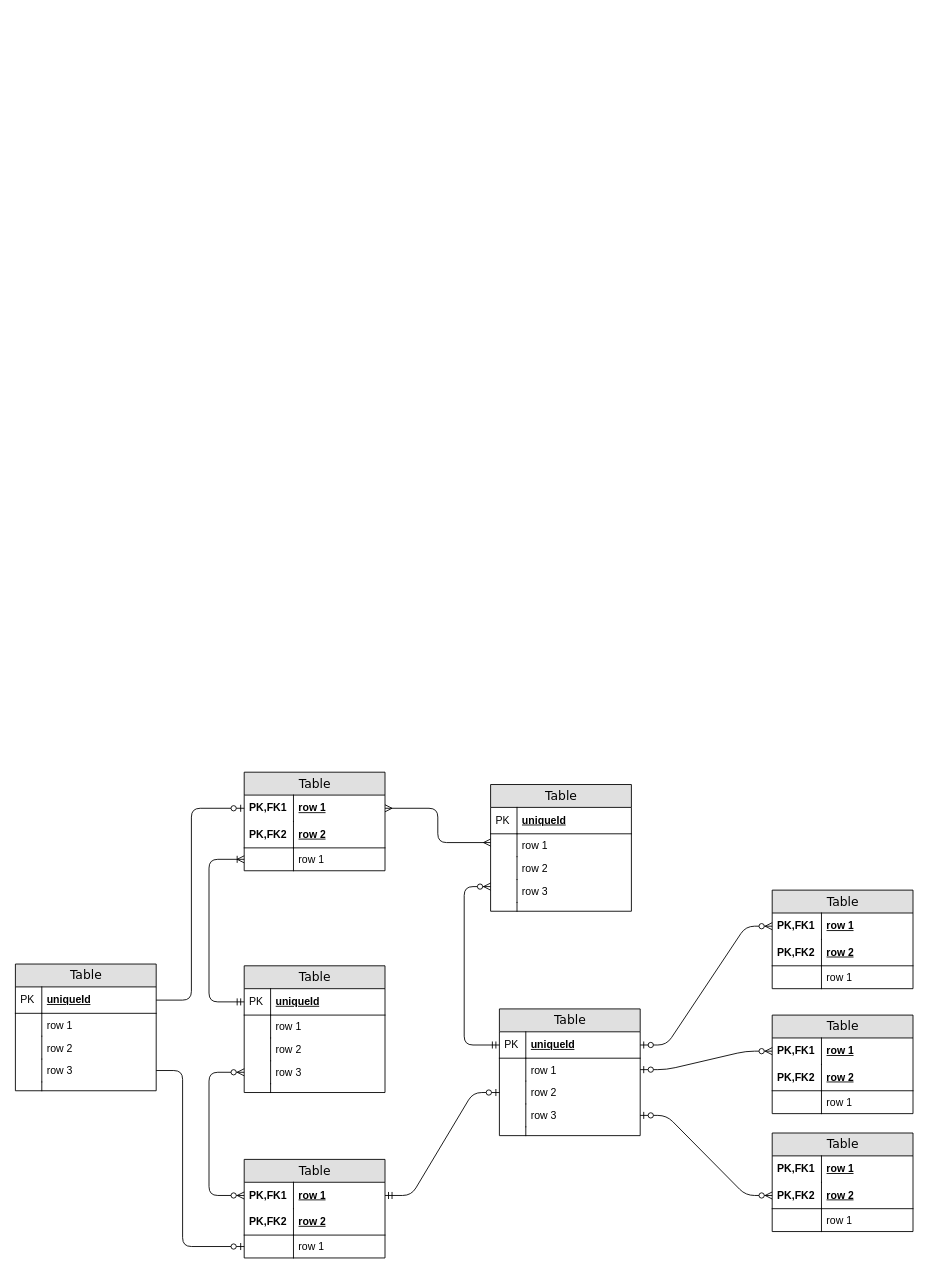
Before: Untitled Diagram.drawio in RuiXingJing/AI-Learning, a draw.io diagram. Source tidied: cells renumbered, new cells numbered last; positions are measured from the earlier drawing's top-left corner, leaving out a move shared by most shapes. Both pictures are drawn from the tidied source at 88%, with x=0, y=0 at pixel (15, 772).
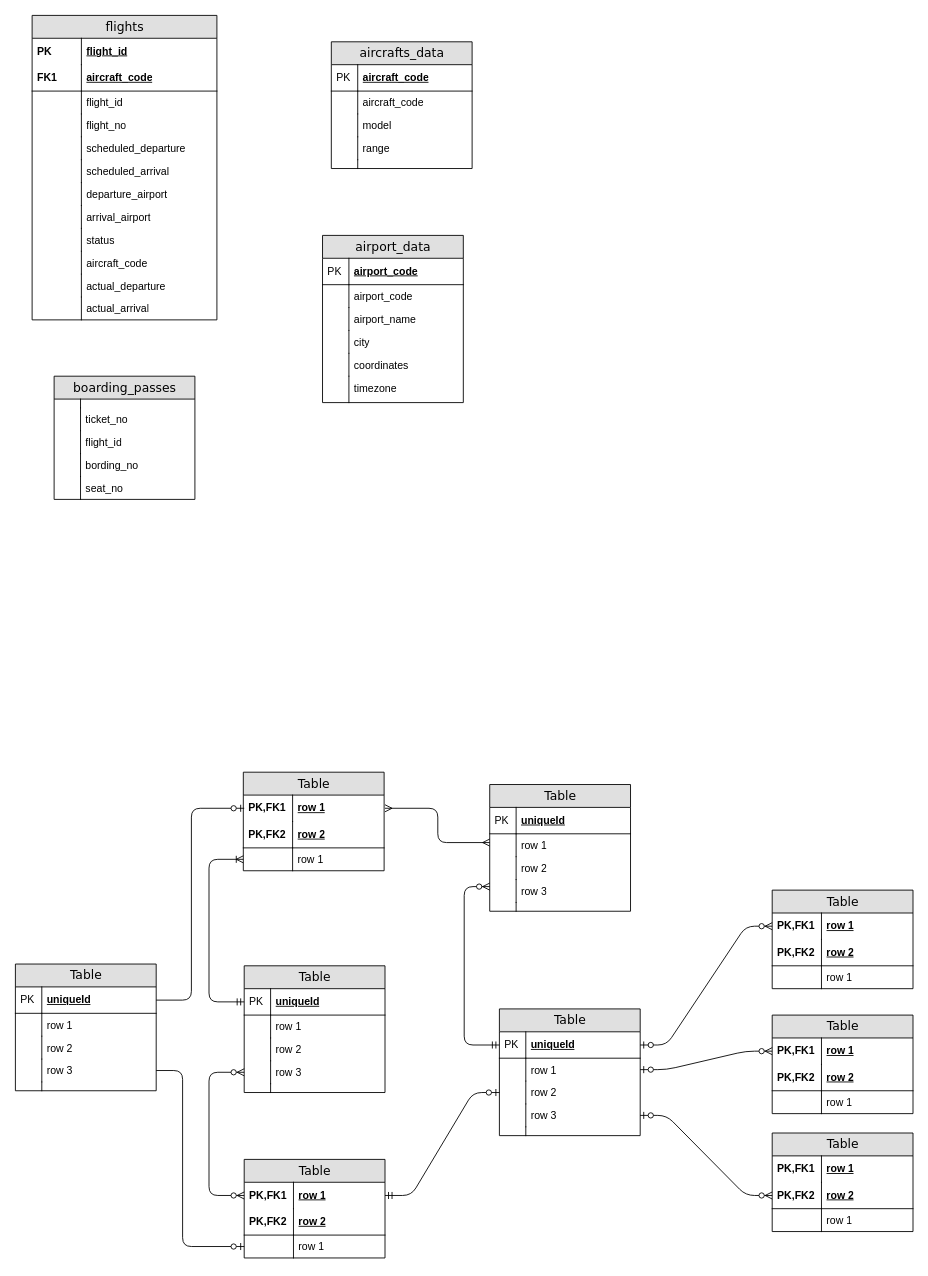
Above is the later version.

Unchanged cells that the change refers to:
```xml
<mxCell id="3" value="row 1" style="shape=partialRectangle;top=0;left=0;right=0;bottom=0;html=1;align=left;verticalAlign=middle;fillColor=none;spacingLeft=60;spacingRight=4;whiteSpace=wrap;overflow=hidden;points=[[0,0.5],[1,0.5]];portConstraint=eastwest;fontStyle=5;" parent="2" vertex="1">
  <mxGeometry y="26" width="160" height="30" as="geometry" />
</mxCell>
<mxCell id="12" value="row 1" style="shape=partialRectangle;top=0;left=0;right=0;bottom=0;html=1;align=left;verticalAlign=top;fillColor=none;spacingLeft=34;spacingRight=4;whiteSpace=wrap;overflow=hidden;points=[[0,0.5],[1,0.5]];portConstraint=eastwest;" parent="9" vertex="1">
  <mxGeometry y="56" width="160" height="26" as="geometry" />
</mxCell>
<mxCell id="79" value="uniqueId" style="shape=partialRectangle;top=0;left=0;right=0;bottom=1;html=1;align=left;verticalAlign=middle;fillColor=none;spacingLeft=34;spacingRight=4;whiteSpace=wrap;overflow=hidden;points=[[0,0.5],[1,0.5]];portConstraint=eastwest;fontStyle=5;" parent="78" vertex="1">
  <mxGeometry y="26" width="160" height="30" as="geometry" />
</mxCell>
```

What changed in the source:
```diff
@@
     <mxCell id="2" value="Table" style="swimlane;html=1;fontStyle=0;horizontal=1;startSize=26;fillColor=#e0e0e0;swimlaneFillColor=#ffffff;align=center;rounded=0;shadow=0;comic=0;labelBackgroundColor=none;strokeWidth=1;fontFamily=Verdana;fontSize=14;" parent="1" vertex="1">
-      <mxGeometry x="260" width="160" height="112" as="geometry" />
+      <mxGeometry x="259" width="160" height="112" as="geometry" />
     </mxCell>
@@
     <mxCell id="9" value="Table" style="swimlane;html=1;fontStyle=0;horizontal=1;startSize=26;fillColor=#e0e0e0;swimlaneFillColor=#ffffff;align=center;rounded=0;shadow=0;comic=0;labelBackgroundColor=none;strokeWidth=1;fontFamily=Verdana;fontSize=14;swimlaneLine=1;" parent="1" vertex="1">
-      <mxGeometry x="540" y="14" width="160" height="144" as="geometry" />
+      <mxGeometry x="539" y="14" width="160" height="144" as="geometry" />
     </mxCell>
@@
-    <mxCell id="58" style="edgeStyle=orthogonalEdgeStyle;html=1;endArrow=ERmany;startArrow=ERmany;labelBackgroundColor=none;fontFamily=Verdana;fontSize=14;entryX=1;entryY=0.5;exitX=0;exitY=0.383;exitPerimeter=0;" parent="1" edge="1" source="12" target="3">
+    <mxCell id="58" style="edgeStyle=orthogonalEdgeStyle;html=1;endArrow=ERmany;startArrow=ERmany;labelBackgroundColor=none;fontFamily=Verdana;fontSize=14;entryX=1;entryY=0.5;exitX=0;exitY=0.383;exitPerimeter=0;" parent="1" edge="1" source="12">
       <mxGeometry relative="1" as="geometry">
+        <mxPoint x="420" y="41" as="targetPoint" />
         <Array as="points">
           <mxPoint x="480" y="80" />
           <mxPoint x="480" y="41" />
         </Array>
       </mxGeometry>
     </mxCell>
@@
-    <mxCell id="89" style="edgeStyle=orthogonalEdgeStyle;html=1;endArrow=ERzeroToOne;endFill=1;labelBackgroundColor=none;fontFamily=Verdana;fontSize=14;entryX=0;entryY=0.5;exitX=1;exitY=0.5;" parent="1" edge="1" source="79" target="3">
+    <mxCell id="89" style="edgeStyle=orthogonalEdgeStyle;html=1;endArrow=ERzeroToOne;endFill=1;labelBackgroundColor=none;fontFamily=Verdana;fontSize=14;entryX=0;entryY=0.5;exitX=1;exitY=0.5;" parent="1" edge="1" source="79">
       <mxGeometry relative="1" as="geometry">
+        <mxPoint x="260" y="41" as="targetPoint" />
         <Array as="points">
           <mxPoint x="200" y="259" />
           <mxPoint x="200" y="41" />
         </Array>
       </mxGeometry>
     </mxCell>
@@
+    <mxCell id="91" value="flights" style="swimlane;html=1;fontStyle=0;horizontal=1;startSize=26;fillColor=#e0e0e0;swimlaneFillColor=#ffffff;align=center;rounded=0;shadow=0;comic=0;labelBackgroundColor=none;strokeWidth=1;fontFamily=Verdana;fontSize=14;" parent="1" vertex="1">
+      <mxGeometry x="19" y="-860" width="210" height="346" as="geometry" />
+    </mxCell>
+    <mxCell id="92" value="flight_id" style="shape=partialRectangle;top=0;left=0;right=0;bottom=0;html=1;align=left;verticalAlign=middle;fillColor=none;spacingLeft=60;spacingRight=4;whiteSpace=wrap;overflow=hidden;fontStyle=5;" parent="91" vertex="1">
+      <mxGeometry y="26" width="210" height="30" as="geometry" />
+    </mxCell>
+    <mxCell id="93" value="PK" style="shape=partialRectangle;fontStyle=1;top=0;left=0;bottom=0;html=1;fillColor=none;align=left;verticalAlign=middle;spacingLeft=4;spacingRight=4;whiteSpace=wrap;overflow=hidden;" parent="92" vertex="1">
+      <mxGeometry width="56" height="30" as="geometry" />
+    </mxCell>
+    <mxCell id="94" value="aircraft_code" style="shape=partialRectangle;top=0;left=0;right=0;bottom=1;html=1;align=left;verticalAlign=middle;fillColor=none;spacingLeft=60;spacingRight=4;whiteSpace=wrap;overflow=hidden;fontStyle=5;" parent="91" vertex="1">
+      <mxGeometry y="56" width="210" height="30" as="geometry" />
+    </mxCell>
+    <mxCell id="95" value="FK1" style="shape=partialRectangle;fontStyle=1;top=0;left=0;bottom=0;html=1;fillColor=none;align=left;verticalAlign=middle;spacingLeft=4;spacingRight=4;whiteSpace=wrap;overflow=hidden;" parent="94" vertex="1">
+      <mxGeometry width="56" height="30" as="geometry" />
+    </mxCell>
+    <mxCell id="96" value="flight_id" style="shape=partialRectangle;top=0;left=0;right=0;bottom=0;html=1;align=left;verticalAlign=top;fillColor=none;spacingLeft=60;spacingRight=4;whiteSpace=wrap;overflow=hidden;" parent="91" vertex="1">
+      <mxGeometry y="86" width="210" height="26" as="geometry" />
+    </mxCell>
+    <mxCell id="97" style="shape=partialRectangle;top=0;left=0;bottom=0;html=1;fillColor=none;align=left;verticalAlign=top;spacingLeft=4;spacingRight=4;whiteSpace=wrap;overflow=hidden;" parent="96" vertex="1">
+      <mxGeometry width="56" height="26" as="geometry" />
+    </mxCell>
+    <mxCell id="98" value="flight_no" style="shape=partialRectangle;top=0;left=0;right=0;bottom=0;html=1;align=left;verticalAlign=top;fillColor=none;spacingLeft=60;spacingRight=4;whiteSpace=wrap;overflow=hidden;" parent="91" vertex="1">
+      <mxGeometry y="112" width="210" height="26" as="geometry" />
+    </mxCell>
+    <mxCell id="99" style="shape=partialRectangle;top=0;left=0;bottom=0;html=1;fillColor=none;align=left;verticalAlign=top;spacingLeft=4;spacingRight=4;whiteSpace=wrap;overflow=hidden;" parent="98" vertex="1">
+      <mxGeometry width="56" height="26" as="geometry" />
+    </mxCell>
+    <mxCell id="100" value="scheduled_departure" style="shape=partialRectangle;top=0;left=0;right=0;bottom=0;html=1;align=left;verticalAlign=top;fillColor=none;spacingLeft=60;spacingRight=4;whiteSpace=wrap;overflow=hidden;" parent="91" vertex="1">
+      <mxGeometry y="138" width="210" height="26" as="geometry" />
+    </mxCell>
+    <mxCell id="101" style="shape=partialRectangle;top=0;left=0;bottom=0;html=1;fillColor=none;align=left;verticalAlign=top;spacingLeft=4;spacingRight=4;whiteSpace=wrap;overflow=hidden;" parent="100" vertex="1">
+      <mxGeometry width="56" height="26" as="geometry" />
+    </mxCell>
+    <mxCell id="102" value="scheduled_arrival" style="shape=partialRectangle;top=0;left=0;right=0;bottom=0;html=1;align=left;verticalAlign=top;fillColor=none;spacingLeft=60;spacingRight=4;whiteSpace=wrap;overflow=hidden;" parent="91" vertex="1">
+      <mxGeometry y="164" width="210" height="26" as="geometry" />
+    </mxCell>
+    <mxCell id="103" style="shape=partialRectangle;top=0;left=0;bottom=0;html=1;fillColor=none;align=left;verticalAlign=top;spacingLeft=4;spacingRight=4;whiteSpace=wrap;overflow=hidden;" parent="102" vertex="1">
+      <mxGeometry width="56" height="26" as="geometry" />
+    </mxCell>
+    <mxCell id="104" value="departure_airport" style="shape=partialRectangle;top=0;left=0;right=0;bottom=0;html=1;align=left;verticalAlign=top;fillColor=none;spacingLeft=60;spacingRight=4;whiteSpace=wrap;overflow=hidden;" parent="91" vertex="1">
+      <mxGeometry y="190" width="210" height="26" as="geometry" />
+    </mxCell>
+    <mxCell id="105" style="shape=partialRectangle;top=0;left=0;bottom=0;html=1;fillColor=none;align=left;verticalAlign=top;spacingLeft=4;spacingRight=4;whiteSpace=wrap;overflow=hidden;" parent="104" vertex="1">
+      <mxGeometry width="56" height="26" as="geometry" />
+    </mxCell>
+    <mxCell id="106" value="arrival_airport" style="shape=partialRectangle;top=0;left=0;right=0;bottom=0;html=1;align=left;verticalAlign=top;fillColor=none;spacingLeft=60;spacingRight=4;whiteSpace=wrap;overflow=hidden;" parent="91" vertex="1">
+      <mxGeometry y="216" width="210" height="26" as="geometry" />
+    </mxCell>
+    <mxCell id="107" style="shape=partialRectangle;top=0;left=0;bottom=0;html=1;fillColor=none;align=left;verticalAlign=top;spacingLeft=4;spacingRight=4;whiteSpace=wrap;overflow=hidden;" parent="106" vertex="1">
+      <mxGeometry width="56" height="26" as="geometry" />
+    </mxCell>
+    <mxCell id="108" value="status" style="shape=partialRectangle;top=0;left=0;right=0;bottom=0;html=1;align=left;verticalAlign=top;fillColor=none;spacingLeft=60;spacingRight=4;whiteSpace=wrap;overflow=hidden;" parent="91" vertex="1">
+      <mxGeometry y="242" width="210" height="26" as="geometry" />
+    </mxCell>
+    <mxCell id="109" style="shape=partialRectangle;top=0;left=0;bottom=0;html=1;fillColor=none;align=left;verticalAlign=top;spacingLeft=4;spacingRight=4;whiteSpace=wrap;overflow=hidden;" parent="108" vertex="1">
+      <mxGeometry width="56" height="26" as="geometry" />
+    </mxCell>
+    <mxCell id="110" value="aircraft_code" style="shape=partialRectangle;top=0;left=0;right=0;bottom=0;html=1;align=left;verticalAlign=top;fillColor=none;spacingLeft=60;spacingRight=4;whiteSpace=wrap;overflow=hidden;" parent="91" vertex="1">
+      <mxGeometry y="268" width="210" height="26" as="geometry" />
+    </mxCell>
+    <mxCell id="111" style="shape=partialRectangle;top=0;left=0;bottom=0;html=1;fillColor=none;align=left;verticalAlign=top;spacingLeft=4;spacingRight=4;whiteSpace=wrap;overflow=hidden;" parent="110" vertex="1">
+      <mxGeometry width="56" height="26" as="geometry" />
+    </mxCell>
+    <mxCell id="112" value="actual_departure&lt;div&gt;&lt;br&gt;&lt;/div&gt;" style="shape=partialRectangle;top=0;left=0;right=0;bottom=0;html=1;align=left;verticalAlign=top;fillColor=none;spacingLeft=60;spacingRight=4;whiteSpace=wrap;overflow=hidden;" parent="91" vertex="1">
+      <mxGeometry y="294" width="210" height="26" as="geometry" />
+    </mxCell>
+    <mxCell id="113" style="shape=partialRectangle;top=0;left=0;bottom=0;html=1;fillColor=none;align=left;verticalAlign=top;spacingLeft=4;spacingRight=4;whiteSpace=wrap;overflow=hidden;" parent="112" vertex="1">
+      <mxGeometry width="56" height="26" as="geometry" />
+    </mxCell>
+    <mxCell id="114" value="actual_arrival" style="shape=partialRectangle;top=0;left=0;right=0;bottom=0;html=1;align=left;verticalAlign=top;fillColor=none;spacingLeft=60;spacingRight=4;whiteSpace=wrap;overflow=hidden;" parent="91" vertex="1">
+      <mxGeometry y="320" width="210" height="26" as="geometry" />
+    </mxCell>
+    <mxCell id="115" style="shape=partialRectangle;top=0;left=0;bottom=0;html=1;fillColor=none;align=left;verticalAlign=top;spacingLeft=4;spacingRight=4;whiteSpace=wrap;overflow=hidden;" parent="114" vertex="1">
+      <mxGeometry width="56" height="26" as="geometry" />
+    </mxCell>
+    <mxCell id="116" value="aircrafts_data" style="swimlane;html=1;fontStyle=0;horizontal=1;startSize=26;fillColor=#e0e0e0;swimlaneFillColor=#ffffff;align=center;rounded=0;shadow=0;comic=0;labelBackgroundColor=none;strokeWidth=1;fontFamily=Verdana;fontSize=14;" parent="1" vertex="1">
+      <mxGeometry x="359" y="-830" width="160" height="144" as="geometry" />
+    </mxCell>
+    <mxCell id="117" value="aircraft_code" style="shape=partialRectangle;top=0;left=0;right=0;bottom=1;html=1;align=left;verticalAlign=middle;fillColor=none;spacingLeft=34;spacingRight=4;whiteSpace=wrap;overflow=hidden;fontStyle=5;" parent="116" vertex="1">
+      <mxGeometry y="26" width="160" height="30" as="geometry" />
+    </mxCell>
+    <mxCell id="118" value="PK" style="shape=partialRectangle;top=0;left=0;bottom=0;html=1;fillColor=none;align=left;verticalAlign=middle;spacingLeft=4;spacingRight=4;whiteSpace=wrap;overflow=hidden;" parent="117" vertex="1">
+      <mxGeometry width="30" height="30" as="geometry" />
+    </mxCell>
+    <mxCell id="119" value="aircraft_code" style="shape=partialRectangle;top=0;left=0;right=0;bottom=0;html=1;align=left;verticalAlign=top;fillColor=none;spacingLeft=34;spacingRight=4;whiteSpace=wrap;overflow=hidden;" parent="116" vertex="1">
+      <mxGeometry y="56" width="160" height="26" as="geometry" />
+    </mxCell>
+    <mxCell id="120" style="shape=partialRectangle;top=0;left=0;bottom=0;html=1;fillColor=none;align=left;verticalAlign=top;spacingLeft=4;spacingRight=4;whiteSpace=wrap;overflow=hidden;" parent="119" vertex="1">
+      <mxGeometry width="30" height="26" as="geometry" />
+    </mxCell>
+    <mxCell id="121" value="model" style="shape=partialRectangle;top=0;left=0;right=0;bottom=0;html=1;align=left;verticalAlign=top;fillColor=none;spacingLeft=34;spacingRight=4;whiteSpace=wrap;overflow=hidden;" parent="116" vertex="1">
+      <mxGeometry y="82" width="160" height="26" as="geometry" />
+    </mxCell>
+    <mxCell id="122" style="shape=partialRectangle;top=0;left=0;bottom=0;html=1;fillColor=none;align=left;verticalAlign=top;spacingLeft=4;spacingRight=4;whiteSpace=wrap;overflow=hidden;" parent="121" vertex="1">
+      <mxGeometry width="30" height="26" as="geometry" />
+    </mxCell>
+    <mxCell id="123" value="range" style="shape=partialRectangle;top=0;left=0;right=0;bottom=0;html=1;align=left;verticalAlign=top;fillColor=none;spacingLeft=34;spacingRight=4;whiteSpace=wrap;overflow=hidden;" parent="116" vertex="1">
+      <mxGeometry y="108" width="160" height="26" as="geometry" />
+    </mxCell>
+    <mxCell id="124" style="shape=partialRectangle;top=0;left=0;bottom=0;html=1;fillColor=none;align=left;verticalAlign=top;spacingLeft=4;spacingRight=4;whiteSpace=wrap;overflow=hidden;" parent="123" vertex="1">
+      <mxGeometry width="30" height="26" as="geometry" />
+    </mxCell>
+    <mxCell id="125" style="shape=partialRectangle;top=0;left=0;right=0;bottom=0;html=1;align=left;verticalAlign=top;fillColor=none;spacingLeft=34;spacingRight=4;whiteSpace=wrap;overflow=hidden;" parent="116" vertex="1">
+      <mxGeometry y="134" width="160" height="10" as="geometry" />
+    </mxCell>
+    <mxCell id="126" style="shape=partialRectangle;top=0;left=0;bottom=0;html=1;fillColor=none;align=left;verticalAlign=top;spacingLeft=4;spacingRight=4;whiteSpace=wrap;overflow=hidden;" parent="125" vertex="1">
+      <mxGeometry width="30" height="10" as="geometry" />
+    </mxCell>
+    <mxCell id="127" value="airport_data" style="swimlane;html=1;fontStyle=0;horizontal=1;startSize=26;fillColor=#e0e0e0;swimlaneFillColor=#ffffff;align=center;rounded=0;shadow=0;comic=0;labelBackgroundColor=none;strokeWidth=1;fontFamily=Verdana;fontSize=14;" parent="1" vertex="1">
+      <mxGeometry x="349" y="-610" width="160" height="190" as="geometry" />
+    </mxCell>
+    <mxCell id="128" value="airport_code" style="shape=partialRectangle;top=0;left=0;right=0;bottom=1;html=1;align=left;verticalAlign=middle;fillColor=none;spacingLeft=34;spacingRight=4;whiteSpace=wrap;overflow=hidden;fontStyle=5;" parent="127" vertex="1">
+      <mxGeometry y="26" width="160" height="30" as="geometry" />
+    </mxCell>
+    <mxCell id="129" value="PK" style="shape=partialRectangle;top=0;left=0;bottom=0;html=1;fillColor=none;align=left;verticalAlign=middle;spacingLeft=4;spacingRight=4;whiteSpace=wrap;overflow=hidden;" parent="128" vertex="1">
+      <mxGeometry width="30" height="30" as="geometry" />
+    </mxCell>
+    <mxCell id="130" value="airport_code" style="shape=partialRectangle;top=0;left=0;right=0;bottom=0;html=1;align=left;verticalAlign=top;fillColor=none;spacingLeft=34;spacingRight=4;whiteSpace=wrap;overflow=hidden;" parent="127" vertex="1">
+      <mxGeometry y="56" width="160" height="26" as="geometry" />
+    </mxCell>
+    <mxCell id="131" style="shape=partialRectangle;top=0;left=0;bottom=0;html=1;fillColor=none;align=left;verticalAlign=top;spacingLeft=4;spacingRight=4;whiteSpace=wrap;overflow=hidden;" parent="130" vertex="1">
+      <mxGeometry width="30" height="26" as="geometry" />
+    </mxCell>
+    <mxCell id="132" value="airport_name" style="shape=partialRectangle;top=0;left=0;right=0;bottom=0;html=1;align=left;verticalAlign=top;fillColor=none;spacingLeft=34;spacingRight=4;whiteSpace=wrap;overflow=hidden;" parent="127" vertex="1">
+      <mxGeometry y="82" width="160" height="26" as="geometry" />
+    </mxCell>
+    <mxCell id="133" style="shape=partialRectangle;top=0;left=0;bottom=0;html=1;fillColor=none;align=left;verticalAlign=top;spacingLeft=4;spacingRight=4;whiteSpace=wrap;overflow=hidden;" parent="132" vertex="1">
+      <mxGeometry width="30" height="26" as="geometry" />
+    </mxCell>
+    <mxCell id="134" value="city" style="shape=partialRectangle;top=0;left=0;right=0;bottom=0;html=1;align=left;verticalAlign=top;fillColor=none;spacingLeft=34;spacingRight=4;whiteSpace=wrap;overflow=hidden;" parent="127" vertex="1">
+      <mxGeometry y="108" width="160" height="26" as="geometry" />
+    </mxCell>
+    <mxCell id="135" style="shape=partialRectangle;top=0;left=0;bottom=0;html=1;fillColor=none;align=left;verticalAlign=top;spacingLeft=4;spacingRight=4;whiteSpace=wrap;overflow=hidden;" parent="134" vertex="1">
+      <mxGeometry width="30" height="26" as="geometry" />
+    </mxCell>
+    <mxCell id="136" value="coordinates" style="shape=partialRectangle;top=0;left=0;right=0;bottom=0;html=1;align=left;verticalAlign=top;fillColor=none;spacingLeft=34;spacingRight=4;whiteSpace=wrap;overflow=hidden;" parent="127" vertex="1">
+      <mxGeometry y="134" width="160" height="26" as="geometry" />
+    </mxCell>
+    <mxCell id="137" style="shape=partialRectangle;top=0;left=0;bottom=0;html=1;fillColor=none;align=left;verticalAlign=top;spacingLeft=4;spacingRight=4;whiteSpace=wrap;overflow=hidden;" parent="136" vertex="1">
+      <mxGeometry width="30" height="26" as="geometry" />
+    </mxCell>
+    <mxCell id="138" value="timezone" style="shape=partialRectangle;top=0;left=0;right=0;bottom=0;html=1;align=left;verticalAlign=top;fillColor=none;spacingLeft=34;spacingRight=4;whiteSpace=wrap;overflow=hidden;" parent="127" vertex="1">
+      <mxGeometry y="160" width="160" height="30" as="geometry" />
+    </mxCell>
+    <mxCell id="139" style="shape=partialRectangle;top=0;left=0;bottom=0;html=1;fillColor=none;align=left;verticalAlign=top;spacingLeft=4;spacingRight=4;whiteSpace=wrap;overflow=hidden;" parent="138" vertex="1">
+      <mxGeometry width="30" height="30" as="geometry" />
+    </mxCell>
+    <mxCell id="140" value="boarding_passes" style="swimlane;html=1;fontStyle=0;horizontal=1;startSize=26;fillColor=#e0e0e0;swimlaneFillColor=#ffffff;align=center;rounded=0;shadow=0;comic=0;labelBackgroundColor=none;strokeWidth=1;fontFamily=Verdana;fontSize=14;" parent="1" vertex="1">
+      <mxGeometry x="44" y="-450" width="160" height="140" as="geometry" />
+    </mxCell>
+    <mxCell id="141" style="shape=partialRectangle;top=0;left=0;right=0;bottom=0;html=1;align=left;verticalAlign=top;fillColor=none;spacingLeft=34;spacingRight=4;whiteSpace=wrap;overflow=hidden;" parent="140" vertex="1">
+      <mxGeometry y="26" width="160" height="10" as="geometry" />
+    </mxCell>
+    <mxCell id="142" style="shape=partialRectangle;top=0;left=0;bottom=0;html=1;fillColor=none;align=left;verticalAlign=top;spacingLeft=4;spacingRight=4;whiteSpace=wrap;overflow=hidden;" parent="141" vertex="1">
+      <mxGeometry width="30" height="10" as="geometry" />
+    </mxCell>
+    <mxCell id="143" value="ticket_no" style="shape=partialRectangle;top=0;left=0;right=0;bottom=0;html=1;align=left;verticalAlign=top;fillColor=none;spacingLeft=34;spacingRight=4;whiteSpace=wrap;overflow=hidden;" parent="140" vertex="1">
+      <mxGeometry y="36" width="160" height="26" as="geometry" />
+    </mxCell>
+    <mxCell id="144" style="shape=partialRectangle;top=0;left=0;bottom=0;html=1;fillColor=none;align=left;verticalAlign=top;spacingLeft=4;spacingRight=4;whiteSpace=wrap;overflow=hidden;" parent="143" vertex="1">
+      <mxGeometry width="30" height="26" as="geometry" />
+    </mxCell>
+    <mxCell id="145" value="flight_id" style="shape=partialRectangle;top=0;left=0;right=0;bottom=0;html=1;align=left;verticalAlign=top;fillColor=none;spacingLeft=34;spacingRight=4;whiteSpace=wrap;overflow=hidden;" parent="140" vertex="1">
+      <mxGeometry y="62" width="160" height="26" as="geometry" />
+    </mxCell>
+    <mxCell id="146" style="shape=partialRectangle;top=0;left=0;bottom=0;html=1;fillColor=none;align=left;verticalAlign=top;spacingLeft=4;spacingRight=4;whiteSpace=wrap;overflow=hidden;" parent="145" vertex="1">
+      <mxGeometry width="30" height="26" as="geometry" />
+    </mxCell>
+    <mxCell id="147" value="bording_no" style="shape=partialRectangle;top=0;left=0;right=0;bottom=0;html=1;align=left;verticalAlign=top;fillColor=none;spacingLeft=34;spacingRight=4;whiteSpace=wrap;overflow=hidden;" parent="140" vertex="1">
+      <mxGeometry y="88" width="160" height="26" as="geometry" />
+    </mxCell>
+    <mxCell id="148" style="shape=partialRectangle;top=0;left=0;bottom=0;html=1;fillColor=none;align=left;verticalAlign=top;spacingLeft=4;spacingRight=4;whiteSpace=wrap;overflow=hidden;" parent="147" vertex="1">
+      <mxGeometry width="30" height="26" as="geometry" />
+    </mxCell>
+    <mxCell id="149" value="seat_no" style="shape=partialRectangle;top=0;left=0;right=0;bottom=0;html=1;align=left;verticalAlign=top;fillColor=none;spacingLeft=34;spacingRight=4;whiteSpace=wrap;overflow=hidden;" parent="140" vertex="1">
+      <mxGeometry y="114" width="160" height="26" as="geometry" />
+    </mxCell>
+    <mxCell id="150" style="shape=partialRectangle;top=0;left=0;bottom=0;html=1;fillColor=none;align=left;verticalAlign=top;spacingLeft=4;spacingRight=4;whiteSpace=wrap;overflow=hidden;" parent="149" vertex="1">
+      <mxGeometry width="30" height="26" as="geometry" />
+    </mxCell>
```
